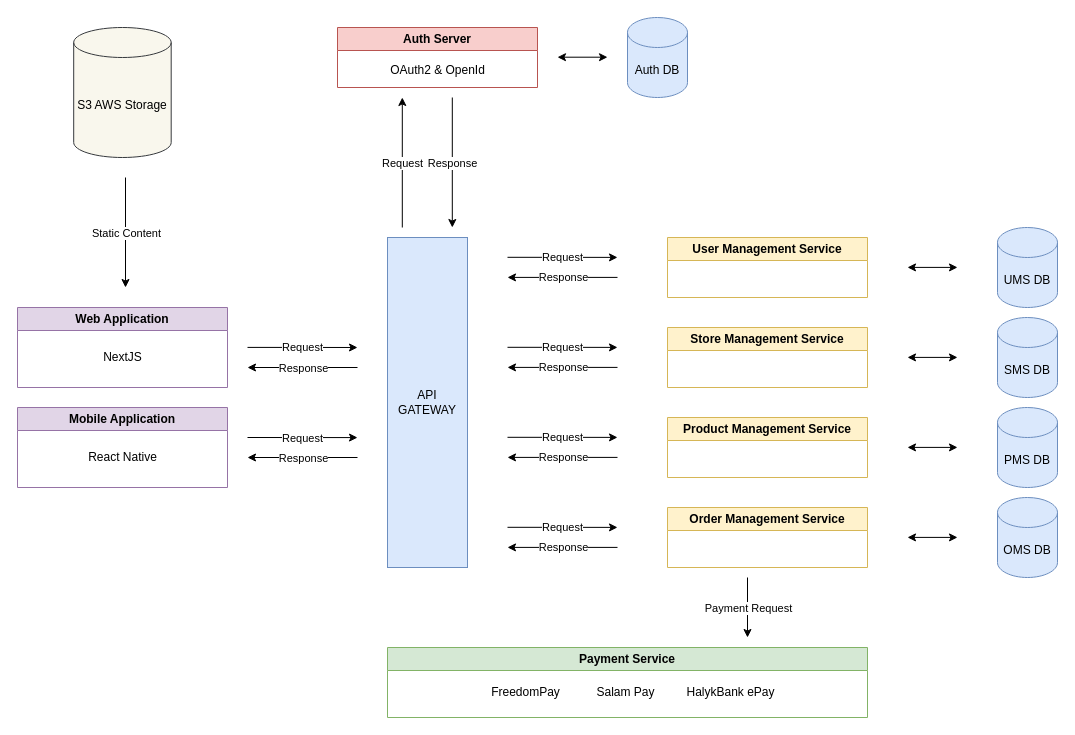
Earlier version of the draw.io diagram marketplace-diagram/MarketplaceApplication.drawio (AlibekAltynbek/draw.io). Source tidied: cells renumbered, new cells numbered last; positions are measured from the earlier drawing's top-left corner, leaving out a move shared by most shapes. Both pictures are drawn from the tidied source at 100%, with x=0, y=0 at pixel (17, 17).
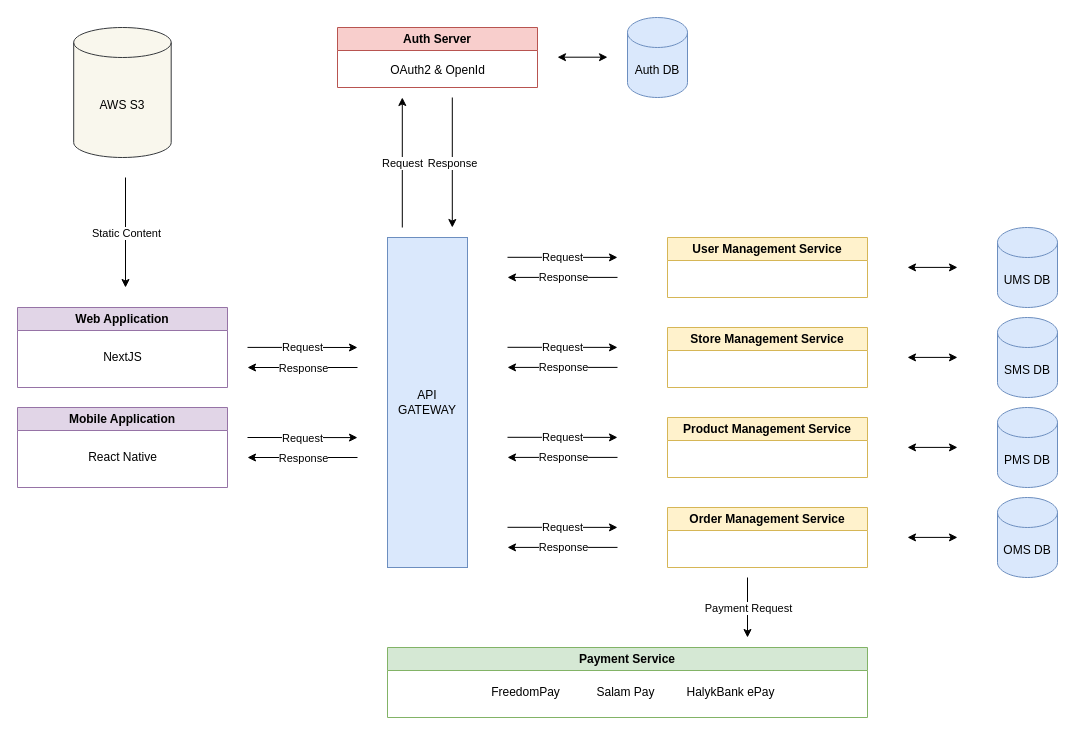
After the change.

What changed in the source:
```diff
@@
-    <mxCell id="50" value="S3 AWS Storage" style="shape=cylinder3;whiteSpace=wrap;html=1;boundedLbl=1;backgroundOutline=1;size=15;fillColor=#f9f7ed;strokeColor=#36393d;" parent="1" vertex="1">
+    <mxCell id="50" value="AWS S3" style="shape=cylinder3;whiteSpace=wrap;html=1;boundedLbl=1;backgroundOutline=1;size=15;fillColor=#f9f7ed;strokeColor=#36393d;" parent="1" vertex="1">
       <mxGeometry x="56.2" y="10" width="97.5" height="130" as="geometry" />
     </mxCell>
```
